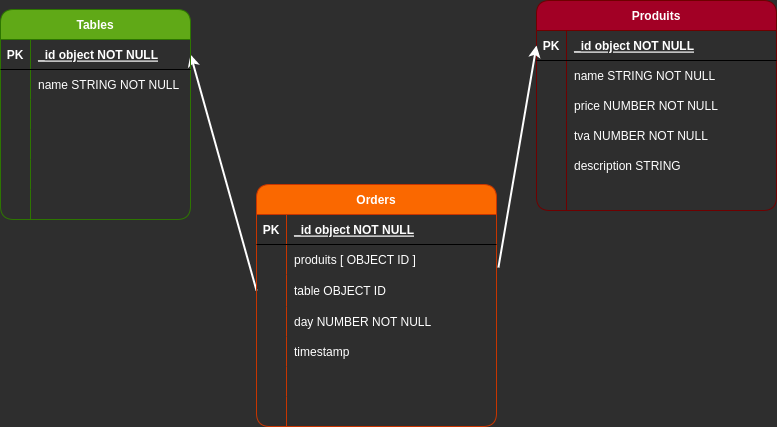
This is erdFERMENTO.png from AriannaTelesca/Fermento-POS, a draw.io export, as it was before one commit. Source tidied: cells renumbered, new cells last; positions are measured from the earlier drawing's top-left corner, leaving out a move shared by most shapes. Its diagram source:
```xml
<mxGraphModel background="#2E2E2E">
  <root>
    <mxCell id="0" />
    <mxCell id="1" parent="0" />
    <mxCell id="2" style="edgeStyle=none;html=1;strokeWidth=2;strokeColor=#FFFFFF;rounded=1;exitX=0;exitY=0.5;exitDx=0;exitDy=0;entryX=1;entryY=0.5;entryDx=0;entryDy=0;fontColor=#FFFFFF;labelBorderColor=none;" parent="1" edge="1" source="48" target="4">
      <mxGeometry relative="1" as="geometry" />
    </mxCell>
    <mxCell id="3" value="Tables" style="shape=table;startSize=30;rowLines=0;fontStyle=1;align=center;fillColor=#60a917;strokeColor=#2D7600;fontColor=#FFFFFF;labelBorderColor=none;rounded=1;" parent="1" vertex="1">
      <mxGeometry y="9" width="190" height="210" as="geometry" />
    </mxCell>
    <mxCell id="4" style="shape=partialRectangle;fillColor=none;points=[[0,0.5],[1,0.5]];portConstraint=eastwest;top=0;left=0;right=0;bottom=1;fontColor=#FFFFFF;labelBorderColor=none;rounded=1;" parent="3" vertex="1">
      <mxGeometry y="30" width="190" height="30" as="geometry" />
    </mxCell>
    <mxCell id="5" value="PK" style="shape=partialRectangle;overflow=hidden;fillColor=none;top=0;left=0;bottom=0;right=0;fontStyle=1;fontColor=#FFFFFF;labelBorderColor=none;rounded=1;" parent="4" vertex="1">
      <mxGeometry width="30" height="30" as="geometry" />
    </mxCell>
    <mxCell id="6" value="_id object NOT NULL " style="shape=partialRectangle;overflow=hidden;fillColor=none;top=0;left=0;bottom=0;right=0;align=left;spacingLeft=6;fontStyle=5;fontColor=#FFFFFF;labelBorderColor=none;rounded=1;" parent="4" vertex="1">
      <mxGeometry x="30" width="160" height="30" as="geometry" />
    </mxCell>
    <mxCell id="7" style="shape=partialRectangle;fillColor=none;top=0;left=0;right=0;bottom=0;fontColor=#FFFFFF;labelBorderColor=none;rounded=1;" parent="3" vertex="1">
      <mxGeometry y="60" width="190" height="30" as="geometry" />
    </mxCell>
    <mxCell id="8" style="shape=partialRectangle;overflow=hidden;fillColor=none;top=0;left=0;bottom=0;right=0;fontColor=#FFFFFF;labelBorderColor=none;rounded=1;" parent="7" vertex="1">
      <mxGeometry width="30" height="30" as="geometry" />
    </mxCell>
    <mxCell id="9" value="name STRING NOT NULL" style="shape=partialRectangle;overflow=hidden;fillColor=none;top=0;left=0;bottom=0;right=0;align=left;spacingLeft=6;fontColor=#FFFFFF;labelBorderColor=none;rounded=1;" parent="7" vertex="1">
      <mxGeometry x="30" width="160" height="30" as="geometry" />
    </mxCell>
    <mxCell id="10" style="shape=partialRectangle;fillColor=none;top=0;left=0;right=0;bottom=0;fontColor=#FFFFFF;labelBorderColor=none;rounded=1;" parent="3" vertex="1">
      <mxGeometry y="90" width="190" height="30" as="geometry" />
    </mxCell>
    <mxCell id="11" style="shape=partialRectangle;overflow=hidden;fillColor=none;top=0;left=0;bottom=0;right=0;fontColor=#FFFFFF;labelBorderColor=none;rounded=1;" parent="10" vertex="1">
      <mxGeometry width="30" height="30" as="geometry" />
    </mxCell>
    <mxCell id="12" style="shape=partialRectangle;overflow=hidden;fillColor=none;top=0;left=0;bottom=0;right=0;align=left;spacingLeft=6;fontColor=#FFFFFF;labelBorderColor=none;rounded=1;" parent="10" vertex="1">
      <mxGeometry x="30" width="160" height="30" as="geometry" />
    </mxCell>
    <mxCell id="13" style="shape=partialRectangle;fillColor=none;top=0;left=0;right=0;bottom=0;fontColor=#FFFFFF;labelBorderColor=none;rounded=1;" parent="3" vertex="1">
      <mxGeometry y="120" width="190" height="30" as="geometry" />
    </mxCell>
    <mxCell id="14" style="shape=partialRectangle;overflow=hidden;fillColor=none;top=0;left=0;bottom=0;right=0;fontColor=#FFFFFF;labelBorderColor=none;rounded=1;" parent="13" vertex="1">
      <mxGeometry width="30" height="30" as="geometry" />
    </mxCell>
    <mxCell id="15" style="shape=partialRectangle;overflow=hidden;fillColor=none;top=0;left=0;bottom=0;right=0;align=left;spacingLeft=6;fontColor=#FFFFFF;labelBorderColor=none;rounded=1;" parent="13" vertex="1">
      <mxGeometry x="30" width="160" height="30" as="geometry" />
    </mxCell>
    <mxCell id="16" style="shape=partialRectangle;fillColor=none;top=0;left=0;right=0;bottom=0;fontColor=#FFFFFF;labelBorderColor=none;rounded=1;" parent="3" vertex="1">
      <mxGeometry y="150" width="190" height="30" as="geometry" />
    </mxCell>
    <mxCell id="17" style="shape=partialRectangle;overflow=hidden;fillColor=none;top=0;left=0;bottom=0;right=0;fontColor=#FFFFFF;labelBorderColor=none;rounded=1;" parent="16" vertex="1">
      <mxGeometry width="30" height="30" as="geometry" />
    </mxCell>
    <mxCell id="18" style="shape=partialRectangle;overflow=hidden;fillColor=none;top=0;left=0;bottom=0;right=0;align=left;spacingLeft=6;fontColor=#FFFFFF;labelBorderColor=none;rounded=1;" parent="16" vertex="1">
      <mxGeometry x="30" width="160" height="30" as="geometry" />
    </mxCell>
    <mxCell id="19" style="shape=partialRectangle;fillColor=none;top=0;left=0;right=0;bottom=0;fontColor=#FFFFFF;labelBorderColor=none;rounded=1;" parent="3" vertex="1">
      <mxGeometry y="180" width="190" height="30" as="geometry" />
    </mxCell>
    <mxCell id="20" style="shape=partialRectangle;overflow=hidden;fillColor=none;top=0;left=0;bottom=0;right=0;fontColor=#FFFFFF;labelBorderColor=none;rounded=1;" parent="19" vertex="1">
      <mxGeometry width="30" height="30" as="geometry" />
    </mxCell>
    <mxCell id="21" style="shape=partialRectangle;overflow=hidden;fillColor=none;top=0;left=0;bottom=0;right=0;align=left;spacingLeft=6;fontColor=#FFFFFF;labelBorderColor=none;rounded=1;" parent="19" vertex="1">
      <mxGeometry x="30" width="160" height="30" as="geometry" />
    </mxCell>
    <mxCell id="22" value="Produits" style="shape=table;startSize=30;rowLines=0;fontStyle=1;align=center;fillColor=#a20025;strokeColor=#6F0000;fontColor=#ffffff;shadow=0;rounded=1;" parent="1" vertex="1">
      <mxGeometry x="536" width="240" height="210" as="geometry" />
    </mxCell>
    <mxCell id="23" style="shape=partialRectangle;fillColor=none;points=[[0,0.5],[1,0.5]];portConstraint=eastwest;top=0;left=0;right=0;bottom=1;fontColor=#FFFFFF;labelBorderColor=none;rounded=1;" parent="22" vertex="1">
      <mxGeometry y="30" width="240" height="30" as="geometry" />
    </mxCell>
    <mxCell id="24" value="PK" style="shape=partialRectangle;overflow=hidden;fillColor=none;top=0;left=0;bottom=0;right=0;fontStyle=1;fontColor=#FFFFFF;labelBorderColor=none;rounded=1;" parent="23" vertex="1">
      <mxGeometry width="30" height="30" as="geometry" />
    </mxCell>
    <mxCell id="25" value="_id object NOT NULL " style="shape=partialRectangle;overflow=hidden;fillColor=none;top=0;left=0;bottom=0;right=0;align=left;spacingLeft=6;fontStyle=5;fontColor=#FFFFFF;labelBorderColor=none;rounded=1;" parent="23" vertex="1">
      <mxGeometry x="30" width="210" height="30" as="geometry" />
    </mxCell>
    <mxCell id="26" style="shape=partialRectangle;fillColor=none;top=0;left=0;right=0;bottom=0;fontColor=#FFFFFF;labelBorderColor=none;rounded=1;" parent="22" vertex="1">
      <mxGeometry y="60" width="240" height="30" as="geometry" />
    </mxCell>
    <mxCell id="27" style="shape=partialRectangle;overflow=hidden;fillColor=none;top=0;left=0;bottom=0;right=0;fontColor=#FFFFFF;labelBorderColor=none;rounded=1;" parent="26" vertex="1">
      <mxGeometry width="30" height="30" as="geometry" />
    </mxCell>
    <mxCell id="28" value="name STRING NOT NULL" style="shape=partialRectangle;overflow=hidden;fillColor=none;top=0;left=0;bottom=0;right=0;align=left;spacingLeft=6;fontColor=#FFFFFF;labelBorderColor=none;rounded=1;" parent="26" vertex="1">
      <mxGeometry x="30" width="210" height="30" as="geometry" />
    </mxCell>
    <mxCell id="29" style="shape=partialRectangle;fillColor=none;top=0;left=0;right=0;bottom=0;fontColor=#FFFFFF;labelBorderColor=none;rounded=1;" parent="22" vertex="1">
      <mxGeometry y="90" width="240" height="30" as="geometry" />
    </mxCell>
    <mxCell id="30" style="shape=partialRectangle;overflow=hidden;fillColor=none;top=0;left=0;bottom=0;right=0;fontColor=#FFFFFF;labelBorderColor=none;rounded=1;" parent="29" vertex="1">
      <mxGeometry width="30" height="30" as="geometry" />
    </mxCell>
    <mxCell id="31" value="price NUMBER NOT NULL   " style="shape=partialRectangle;overflow=hidden;fillColor=none;top=0;left=0;bottom=0;right=0;align=left;spacingLeft=6;fontColor=#FFFFFF;labelBorderColor=none;rounded=1;" parent="29" vertex="1">
      <mxGeometry x="30" width="210" height="30" as="geometry" />
    </mxCell>
    <mxCell id="32" style="shape=partialRectangle;fillColor=none;top=0;left=0;right=0;bottom=0;fontColor=#FFFFFF;labelBorderColor=none;rounded=1;" parent="22" vertex="1">
      <mxGeometry y="120" width="240" height="30" as="geometry" />
    </mxCell>
    <mxCell id="33" style="shape=partialRectangle;overflow=hidden;fillColor=none;top=0;left=0;bottom=0;right=0;fontColor=#FFFFFF;labelBorderColor=none;rounded=1;" parent="32" vertex="1">
      <mxGeometry width="30" height="30" as="geometry" />
    </mxCell>
    <mxCell id="34" value="tva NUMBER NOT NULL" style="shape=partialRectangle;overflow=hidden;fillColor=none;top=0;left=0;bottom=0;right=0;align=left;spacingLeft=6;fontColor=#FFFFFF;labelBorderColor=none;rounded=1;" parent="32" vertex="1">
      <mxGeometry x="30" width="210" height="30" as="geometry" />
    </mxCell>
    <mxCell id="35" style="shape=partialRectangle;fillColor=none;top=0;left=0;right=0;bottom=0;fontColor=#FFFFFF;labelBorderColor=none;rounded=1;" parent="22" vertex="1">
      <mxGeometry y="150" width="240" height="30" as="geometry" />
    </mxCell>
    <mxCell id="36" style="shape=partialRectangle;overflow=hidden;fillColor=none;top=0;left=0;bottom=0;right=0;fontColor=#FFFFFF;labelBorderColor=none;rounded=1;" parent="35" vertex="1">
      <mxGeometry width="30" height="30" as="geometry" />
    </mxCell>
    <mxCell id="37" value="description STRING" style="shape=partialRectangle;overflow=hidden;fillColor=none;top=0;left=0;bottom=0;right=0;align=left;spacingLeft=6;fontColor=#FFFFFF;labelBorderColor=none;rounded=1;" parent="35" vertex="1">
      <mxGeometry x="30" width="210" height="30" as="geometry" />
    </mxCell>
    <mxCell id="38" style="shape=partialRectangle;fillColor=none;top=0;left=0;right=0;bottom=0;fontColor=#FFFFFF;labelBorderColor=none;rounded=1;" parent="22" vertex="1">
      <mxGeometry y="180" width="240" height="30" as="geometry" />
    </mxCell>
    <mxCell id="39" style="shape=partialRectangle;overflow=hidden;fillColor=none;top=0;left=0;bottom=0;right=0;fontColor=#FFFFFF;labelBorderColor=none;rounded=1;" parent="38" vertex="1">
      <mxGeometry width="30" height="30" as="geometry" />
    </mxCell>
    <mxCell id="40" style="shape=partialRectangle;overflow=hidden;fillColor=none;top=0;left=0;bottom=0;right=0;align=left;spacingLeft=6;fontColor=#FFFFFF;labelBorderColor=none;rounded=1;" parent="38" vertex="1">
      <mxGeometry x="30" width="210" height="30" as="geometry" />
    </mxCell>
    <mxCell id="41" value="Orders" style="shape=table;startSize=30;rowLines=0;fontStyle=1;align=center;fillColor=#fa6800;strokeColor=#C73500;fontColor=#FFFFFF;labelBorderColor=none;rounded=1;" parent="1" vertex="1">
      <mxGeometry x="256" y="184" width="240" height="242" as="geometry" />
    </mxCell>
    <mxCell id="42" style="shape=partialRectangle;fillColor=none;top=0;left=0;right=0;bottom=1;fontColor=#FFFFFF;labelBorderColor=none;rounded=1;" parent="41" vertex="1">
      <mxGeometry y="30" width="240" height="30" as="geometry" />
    </mxCell>
    <mxCell id="43" value="PK" style="shape=partialRectangle;overflow=hidden;fillColor=none;top=0;left=0;bottom=0;right=0;fontStyle=1;fontColor=#FFFFFF;labelBorderColor=none;rounded=1;" parent="42" vertex="1">
      <mxGeometry width="30" height="30" as="geometry" />
    </mxCell>
    <mxCell id="44" value="_id object NOT NULL " style="shape=partialRectangle;overflow=hidden;fillColor=none;top=0;left=0;bottom=0;right=0;align=left;spacingLeft=6;fontStyle=5;fontColor=#FFFFFF;labelBorderColor=none;rounded=1;" parent="42" vertex="1">
      <mxGeometry x="30" width="210" height="30" as="geometry" />
    </mxCell>
    <mxCell id="45" style="shape=partialRectangle;fillColor=none;points=[[0,0.5],[1,0.5]];portConstraint=eastwest;top=0;left=0;right=0;bottom=0;fontColor=#FFFFFF;labelBorderColor=none;rounded=1;" parent="41" vertex="1">
      <mxGeometry y="60" width="240" height="30" as="geometry" />
    </mxCell>
    <mxCell id="46" style="shape=partialRectangle;overflow=hidden;fillColor=none;top=0;left=0;bottom=0;right=0;fontColor=#FFFFFF;labelBorderColor=none;rounded=1;" parent="45" vertex="1">
      <mxGeometry width="30" height="30" as="geometry" />
    </mxCell>
    <mxCell id="47" value="produits [ OBJECT ID ]" style="shape=partialRectangle;overflow=hidden;fillColor=none;top=0;left=0;bottom=0;right=0;align=left;spacingLeft=6;fontColor=#FFFFFF;labelBorderColor=none;rounded=1;" parent="45" vertex="1">
      <mxGeometry x="30" width="210" height="30" as="geometry" />
    </mxCell>
    <mxCell id="48" style="shape=partialRectangle;fillColor=none;points=[[0,0.5],[1,0.5]];portConstraint=eastwest;top=0;left=0;right=0;bottom=0;fontColor=#FFFFFF;labelBorderColor=none;rounded=1;" parent="41" vertex="1">
      <mxGeometry y="90" width="240" height="32" as="geometry" />
    </mxCell>
    <mxCell id="49" style="shape=partialRectangle;overflow=hidden;fillColor=none;top=0;left=0;bottom=0;right=0;fontColor=#FFFFFF;labelBorderColor=none;rounded=1;" parent="48" vertex="1">
      <mxGeometry width="30" height="32" as="geometry" />
    </mxCell>
    <mxCell id="50" value="table OBJECT ID" style="shape=partialRectangle;overflow=hidden;fillColor=none;top=0;left=0;bottom=0;right=0;align=left;spacingLeft=6;fontColor=#FFFFFF;labelBorderColor=none;rounded=1;" parent="48" vertex="1">
      <mxGeometry x="30" width="210" height="32" as="geometry" />
    </mxCell>
    <mxCell id="51" style="shape=partialRectangle;fillColor=none;top=0;left=0;right=0;bottom=0;fontColor=#FFFFFF;labelBorderColor=none;rounded=1;" parent="41" vertex="1">
      <mxGeometry y="122" width="240" height="30" as="geometry" />
    </mxCell>
    <mxCell id="52" style="shape=partialRectangle;overflow=hidden;fillColor=none;top=0;left=0;bottom=0;right=0;fontColor=#FFFFFF;labelBorderColor=none;rounded=1;" parent="51" vertex="1">
      <mxGeometry width="30" height="30" as="geometry" />
    </mxCell>
    <mxCell id="53" value="day NUMBER NOT NULL" style="shape=partialRectangle;overflow=hidden;fillColor=none;top=0;left=0;bottom=0;right=0;align=left;spacingLeft=6;fontColor=#FFFFFF;labelBorderColor=none;rounded=1;" parent="51" vertex="1">
      <mxGeometry x="30" width="210" height="30" as="geometry" />
    </mxCell>
    <mxCell id="54" style="shape=partialRectangle;fillColor=none;top=0;left=0;right=0;bottom=0;fontColor=#FFFFFF;labelBorderColor=none;rounded=1;" parent="41" vertex="1">
      <mxGeometry y="152" width="240" height="30" as="geometry" />
    </mxCell>
    <mxCell id="55" style="shape=partialRectangle;overflow=hidden;fillColor=none;top=0;left=0;bottom=0;right=0;fontColor=#FFFFFF;labelBorderColor=none;rounded=1;" parent="54" vertex="1">
      <mxGeometry width="30" height="30" as="geometry" />
    </mxCell>
    <mxCell id="56" value="timestamp" style="shape=partialRectangle;overflow=hidden;fillColor=none;top=0;left=0;bottom=0;right=0;align=left;spacingLeft=6;fontColor=#FFFFFF;labelBorderColor=none;rounded=1;" parent="54" vertex="1">
      <mxGeometry x="30" width="210" height="30" as="geometry" />
    </mxCell>
    <mxCell id="57" style="shape=partialRectangle;fillColor=none;top=0;left=0;right=0;bottom=0;fontColor=#FFFFFF;labelBorderColor=none;rounded=1;" parent="41" vertex="1">
      <mxGeometry y="182" width="240" height="30" as="geometry" />
    </mxCell>
    <mxCell id="58" style="shape=partialRectangle;overflow=hidden;fillColor=none;top=0;left=0;bottom=0;right=0;fontColor=#FFFFFF;labelBorderColor=none;rounded=1;" parent="57" vertex="1">
      <mxGeometry width="30" height="30" as="geometry" />
    </mxCell>
    <mxCell id="59" style="shape=partialRectangle;overflow=hidden;fillColor=none;top=0;left=0;bottom=0;right=0;align=left;spacingLeft=6;fontColor=#FFFFFF;labelBorderColor=none;rounded=1;" parent="57" vertex="1">
      <mxGeometry x="30" width="210" height="30" as="geometry" />
    </mxCell>
    <mxCell id="60" style="shape=partialRectangle;fillColor=none;top=0;left=0;right=0;bottom=0;fontColor=#FFFFFF;labelBorderColor=none;rounded=1;" parent="41" vertex="1">
      <mxGeometry y="212" width="240" height="30" as="geometry" />
    </mxCell>
    <mxCell id="61" style="shape=partialRectangle;overflow=hidden;fillColor=none;top=0;left=0;bottom=0;right=0;fontColor=#FFFFFF;labelBorderColor=none;rounded=1;" parent="60" vertex="1">
      <mxGeometry width="30" height="30" as="geometry" />
    </mxCell>
    <mxCell id="62" style="shape=partialRectangle;overflow=hidden;fillColor=none;top=0;left=0;bottom=0;right=0;align=left;spacingLeft=6;fontColor=#FFFFFF;labelBorderColor=none;rounded=1;" parent="60" vertex="1">
      <mxGeometry x="30" width="210" height="30" as="geometry" />
    </mxCell>
    <mxCell id="63" style="edgeStyle=none;html=1;entryX=0;entryY=0.5;entryDx=0;entryDy=0;exitX=1.008;exitY=0.767;exitDx=0;exitDy=0;exitPerimeter=0;fontColor=#FFFFFF;labelBorderColor=none;strokeWidth=2;strokeColor=#FFFFFF;" parent="1" edge="1" source="45" target="23">
      <mxGeometry relative="1" as="geometry" />
    </mxCell>
  </root>
</mxGraphModel>
```
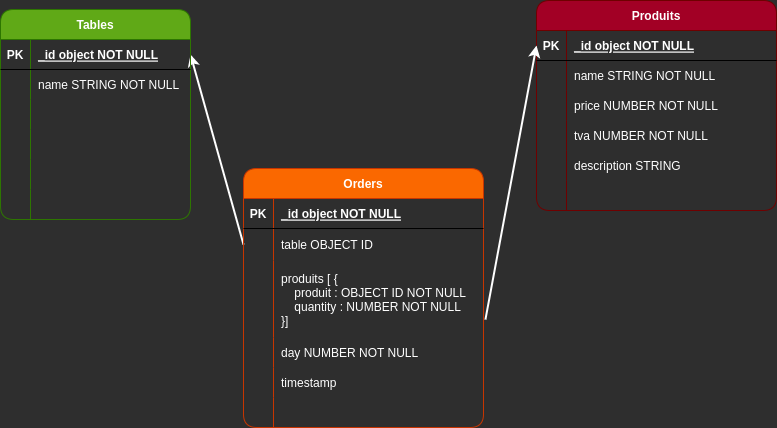
Later version of the same file.

The edit, as a diff of the source:
```diff
@@ -120,7 +120,7 @@
       <mxGeometry x="30" width="210" height="30" as="geometry" />
     </mxCell>
     <mxCell id="41" value="Orders" style="shape=table;startSize=30;rowLines=0;fontStyle=1;align=center;fillColor=#fa6800;strokeColor=#C73500;fontColor=#FFFFFF;labelBorderColor=none;rounded=1;" parent="1" vertex="1">
-      <mxGeometry x="256" y="184" width="240" height="242" as="geometry" />
+      <mxGeometry x="243" y="168" width="240" height="259" as="geometry" />
     </mxCell>
     <mxCell id="42" style="shape=partialRectangle;fillColor=none;top=0;left=0;right=0;bottom=1;fontColor=#FFFFFF;labelBorderColor=none;rounded=1;" parent="41" vertex="1">
       <mxGeometry y="30" width="240" height="30" as="geometry" />
@@ -131,26 +131,26 @@
     <mxCell id="44" value="_id object NOT NULL " style="shape=partialRectangle;overflow=hidden;fillColor=none;top=0;left=0;bottom=0;right=0;align=left;spacingLeft=6;fontStyle=5;fontColor=#FFFFFF;labelBorderColor=none;rounded=1;" parent="42" vertex="1">
       <mxGeometry x="30" width="210" height="30" as="geometry" />
     </mxCell>
+    <mxCell id="48" style="shape=partialRectangle;fillColor=none;points=[[0,0.5],[1,0.5]];portConstraint=eastwest;top=0;left=0;right=0;bottom=0;fontColor=#FFFFFF;labelBorderColor=none;rounded=1;" parent="41" vertex="1">
+      <mxGeometry y="60" width="240" height="32" as="geometry" />
+    </mxCell>
+    <mxCell id="49" style="shape=partialRectangle;overflow=hidden;fillColor=none;top=0;left=0;bottom=0;right=0;fontColor=#FFFFFF;labelBorderColor=none;rounded=1;" parent="48" vertex="1">
+      <mxGeometry width="30" height="32" as="geometry" />
+    </mxCell>
+    <mxCell id="50" value="table OBJECT ID" style="shape=partialRectangle;overflow=hidden;fillColor=none;top=0;left=0;bottom=0;right=0;align=left;spacingLeft=6;fontColor=#FFFFFF;labelBorderColor=none;rounded=1;" parent="48" vertex="1">
+      <mxGeometry x="30" width="210" height="32" as="geometry" />
+    </mxCell>
     <mxCell id="45" style="shape=partialRectangle;fillColor=none;points=[[0,0.5],[1,0.5]];portConstraint=eastwest;top=0;left=0;right=0;bottom=0;fontColor=#FFFFFF;labelBorderColor=none;rounded=1;" parent="41" vertex="1">
-      <mxGeometry y="60" width="240" height="30" as="geometry" />
+      <mxGeometry y="92" width="240" height="77" as="geometry" />
     </mxCell>
     <mxCell id="46" style="shape=partialRectangle;overflow=hidden;fillColor=none;top=0;left=0;bottom=0;right=0;fontColor=#FFFFFF;labelBorderColor=none;rounded=1;" parent="45" vertex="1">
-      <mxGeometry width="30" height="30" as="geometry" />
+      <mxGeometry width="30" height="77" as="geometry" />
     </mxCell>
-    <mxCell id="47" value="produits [ OBJECT ID ]" style="shape=partialRectangle;overflow=hidden;fillColor=none;top=0;left=0;bottom=0;right=0;align=left;spacingLeft=6;fontColor=#FFFFFF;labelBorderColor=none;rounded=1;" parent="45" vertex="1">
-      <mxGeometry x="30" width="210" height="30" as="geometry" />
+    <mxCell id="47" value="produits [ {&#10;    produit : OBJECT ID NOT NULL&#10;    quantity : NUMBER NOT NULL&#10;}]" style="shape=partialRectangle;overflow=hidden;fillColor=none;top=0;left=0;bottom=0;right=0;align=left;spacingLeft=6;fontColor=#FFFFFF;labelBorderColor=none;rounded=1;" parent="45" vertex="1">
+      <mxGeometry x="30" width="210" height="77" as="geometry" />
     </mxCell>
-    <mxCell id="48" style="shape=partialRectangle;fillColor=none;points=[[0,0.5],[1,0.5]];portConstraint=eastwest;top=0;left=0;right=0;bottom=0;fontColor=#FFFFFF;labelBorderColor=none;rounded=1;" parent="41" vertex="1">
-      <mxGeometry y="90" width="240" height="32" as="geometry" />
-    </mxCell>
-    <mxCell id="49" style="shape=partialRectangle;overflow=hidden;fillColor=none;top=0;left=0;bottom=0;right=0;fontColor=#FFFFFF;labelBorderColor=none;rounded=1;" parent="48" vertex="1">
-      <mxGeometry width="30" height="32" as="geometry" />
-    </mxCell>
-    <mxCell id="50" value="table OBJECT ID" style="shape=partialRectangle;overflow=hidden;fillColor=none;top=0;left=0;bottom=0;right=0;align=left;spacingLeft=6;fontColor=#FFFFFF;labelBorderColor=none;rounded=1;" parent="48" vertex="1">
-      <mxGeometry x="30" width="210" height="32" as="geometry" />
-    </mxCell>
     <mxCell id="51" style="shape=partialRectangle;fillColor=none;top=0;left=0;right=0;bottom=0;fontColor=#FFFFFF;labelBorderColor=none;rounded=1;" parent="41" vertex="1">
-      <mxGeometry y="122" width="240" height="30" as="geometry" />
+      <mxGeometry y="169" width="240" height="30" as="geometry" />
     </mxCell>
     <mxCell id="52" style="shape=partialRectangle;overflow=hidden;fillColor=none;top=0;left=0;bottom=0;right=0;fontColor=#FFFFFF;labelBorderColor=none;rounded=1;" parent="51" vertex="1">
       <mxGeometry width="30" height="30" as="geometry" />
@@ -159,7 +159,7 @@
       <mxGeometry x="30" width="210" height="30" as="geometry" />
     </mxCell>
     <mxCell id="54" style="shape=partialRectangle;fillColor=none;top=0;left=0;right=0;bottom=0;fontColor=#FFFFFF;labelBorderColor=none;rounded=1;" parent="41" vertex="1">
-      <mxGeometry y="152" width="240" height="30" as="geometry" />
+      <mxGeometry y="199" width="240" height="30" as="geometry" />
     </mxCell>
     <mxCell id="55" style="shape=partialRectangle;overflow=hidden;fillColor=none;top=0;left=0;bottom=0;right=0;fontColor=#FFFFFF;labelBorderColor=none;rounded=1;" parent="54" vertex="1">
       <mxGeometry width="30" height="30" as="geometry" />
@@ -167,17 +167,8 @@
     <mxCell id="56" value="timestamp" style="shape=partialRectangle;overflow=hidden;fillColor=none;top=0;left=0;bottom=0;right=0;align=left;spacingLeft=6;fontColor=#FFFFFF;labelBorderColor=none;rounded=1;" parent="54" vertex="1">
       <mxGeometry x="30" width="210" height="30" as="geometry" />
     </mxCell>
-    <mxCell id="57" style="shape=partialRectangle;fillColor=none;top=0;left=0;right=0;bottom=0;fontColor=#FFFFFF;labelBorderColor=none;rounded=1;" parent="41" vertex="1">
-      <mxGeometry y="182" width="240" height="30" as="geometry" />
-    </mxCell>
-    <mxCell id="58" style="shape=partialRectangle;overflow=hidden;fillColor=none;top=0;left=0;bottom=0;right=0;fontColor=#FFFFFF;labelBorderColor=none;rounded=1;" parent="57" vertex="1">
-      <mxGeometry width="30" height="30" as="geometry" />
-    </mxCell>
-    <mxCell id="59" style="shape=partialRectangle;overflow=hidden;fillColor=none;top=0;left=0;bottom=0;right=0;align=left;spacingLeft=6;fontColor=#FFFFFF;labelBorderColor=none;rounded=1;" parent="57" vertex="1">
-      <mxGeometry x="30" width="210" height="30" as="geometry" />
-    </mxCell>
     <mxCell id="60" style="shape=partialRectangle;fillColor=none;top=0;left=0;right=0;bottom=0;fontColor=#FFFFFF;labelBorderColor=none;rounded=1;" parent="41" vertex="1">
-      <mxGeometry y="212" width="240" height="30" as="geometry" />
+      <mxGeometry y="229" width="240" height="30" as="geometry" />
     </mxCell>
     <mxCell id="61" style="shape=partialRectangle;overflow=hidden;fillColor=none;top=0;left=0;bottom=0;right=0;fontColor=#FFFFFF;labelBorderColor=none;rounded=1;" parent="60" vertex="1">
       <mxGeometry width="30" height="30" as="geometry" />
```
